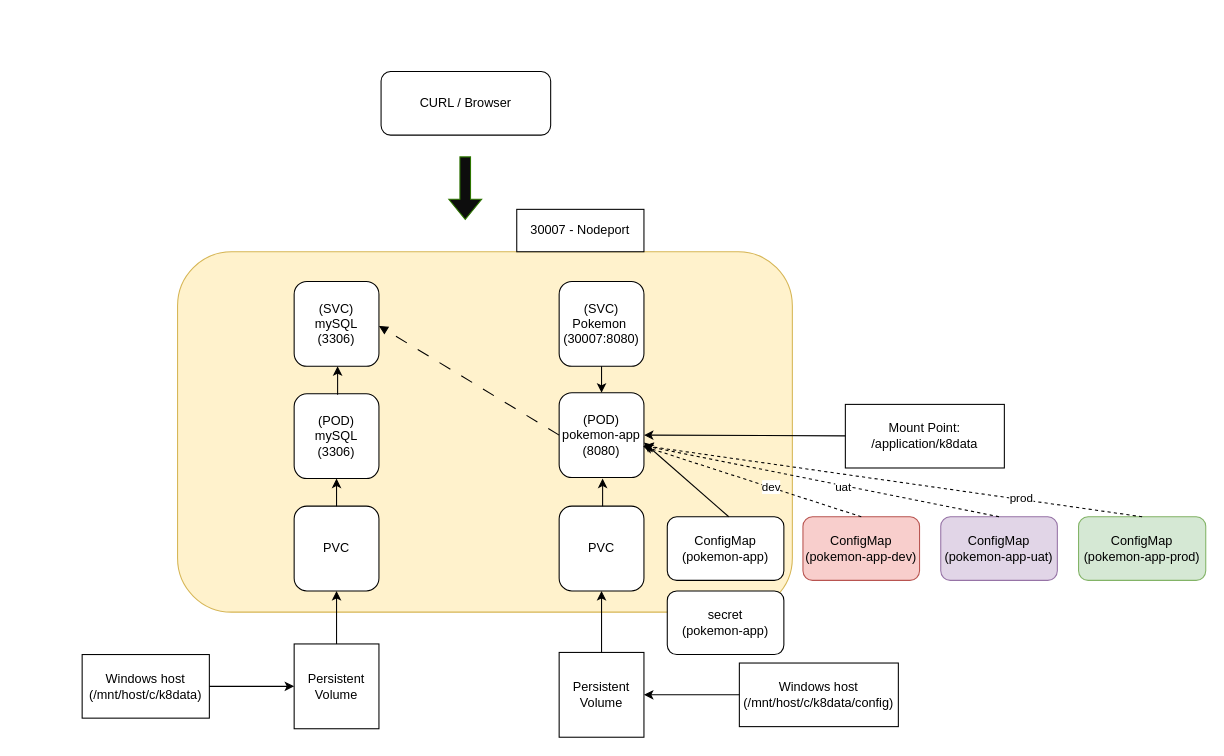
bourgamb/pokemon_album_service keeps this draw.io diagram as page "A. Load Balancer - NodePort" (1 of 2) of Untitled Diagram.drawio. Above is the earlier version. Source tidied: cells renumbered, new cells numbered last; positions are measured from the earlier drawing's top-left corner, leaving out a move shared by most shapes. Both pictures are drawn from the tidied source at 106%, with x=0, y=0 at pixel (82, 71).
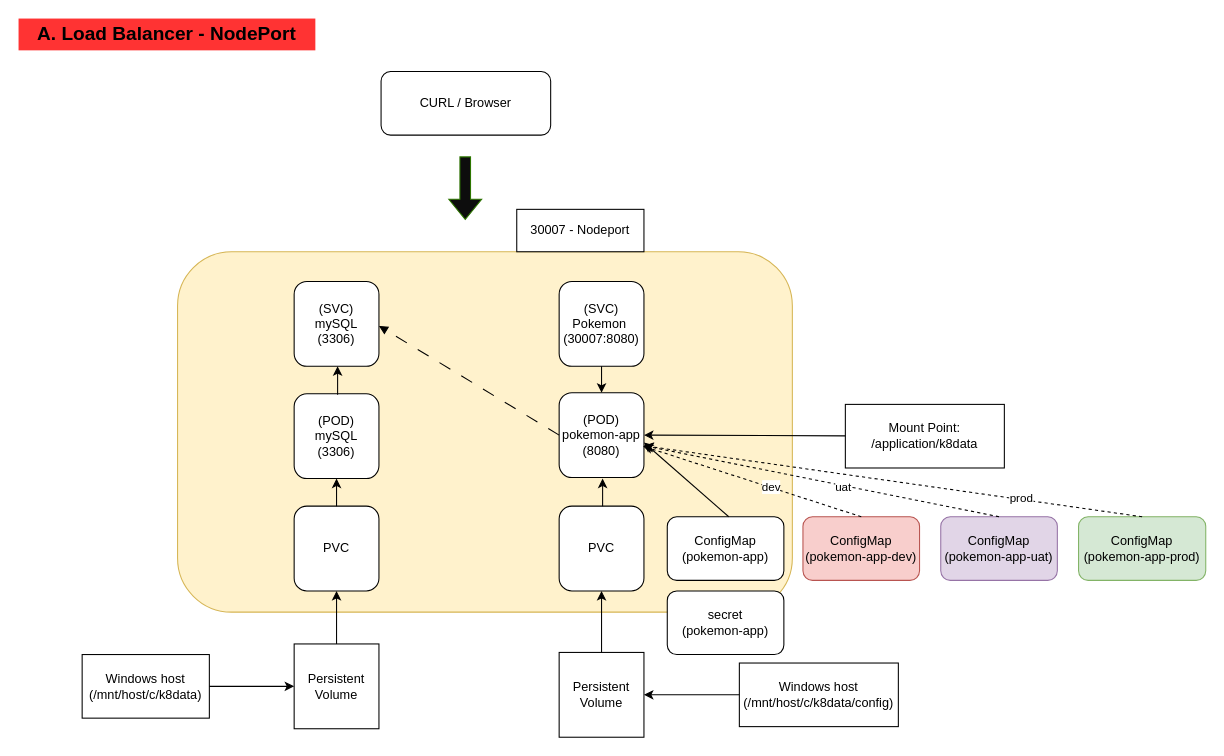
The same page after the edit.

Diff of the diagram source:
```diff
@@
+    <mxCell id="39" value="&lt;font style=&quot;font-size: 18px;&quot;&gt;&lt;b&gt;A. Load Balancer - NodePort&lt;/b&gt;&lt;/font&gt;" style="text;html=1;strokeColor=none;fillColor=#FF3333;align=center;verticalAlign=middle;whiteSpace=wrap;rounded=0;" parent="1" vertex="1">
+      <mxGeometry x="-60" y="-50" width="280" height="30" as="geometry" />
+    </mxCell>
```
